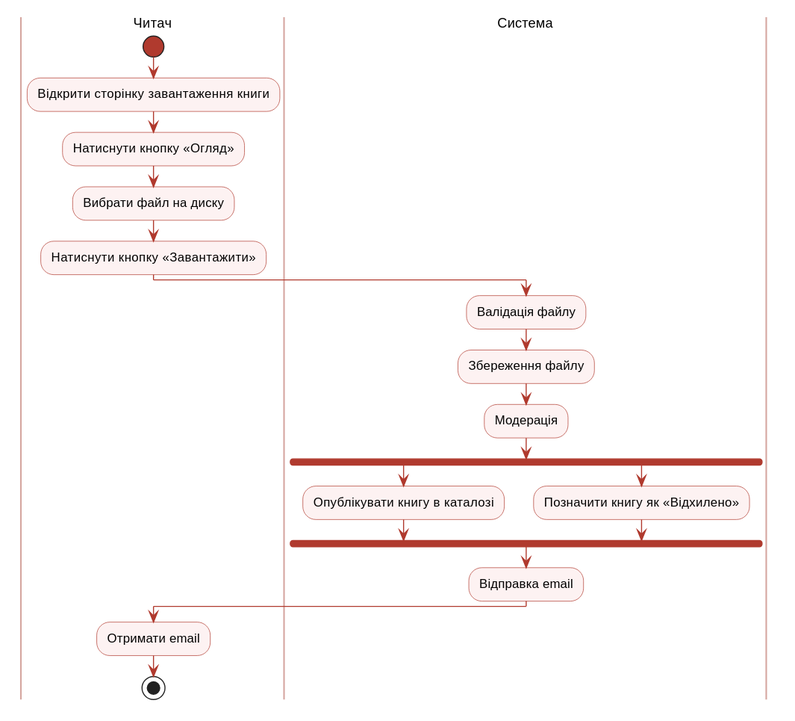
Above: lab04_activity/activity_ai_draft.svg in vt232kod-debug/software-modeling (PlantUML), before the change.
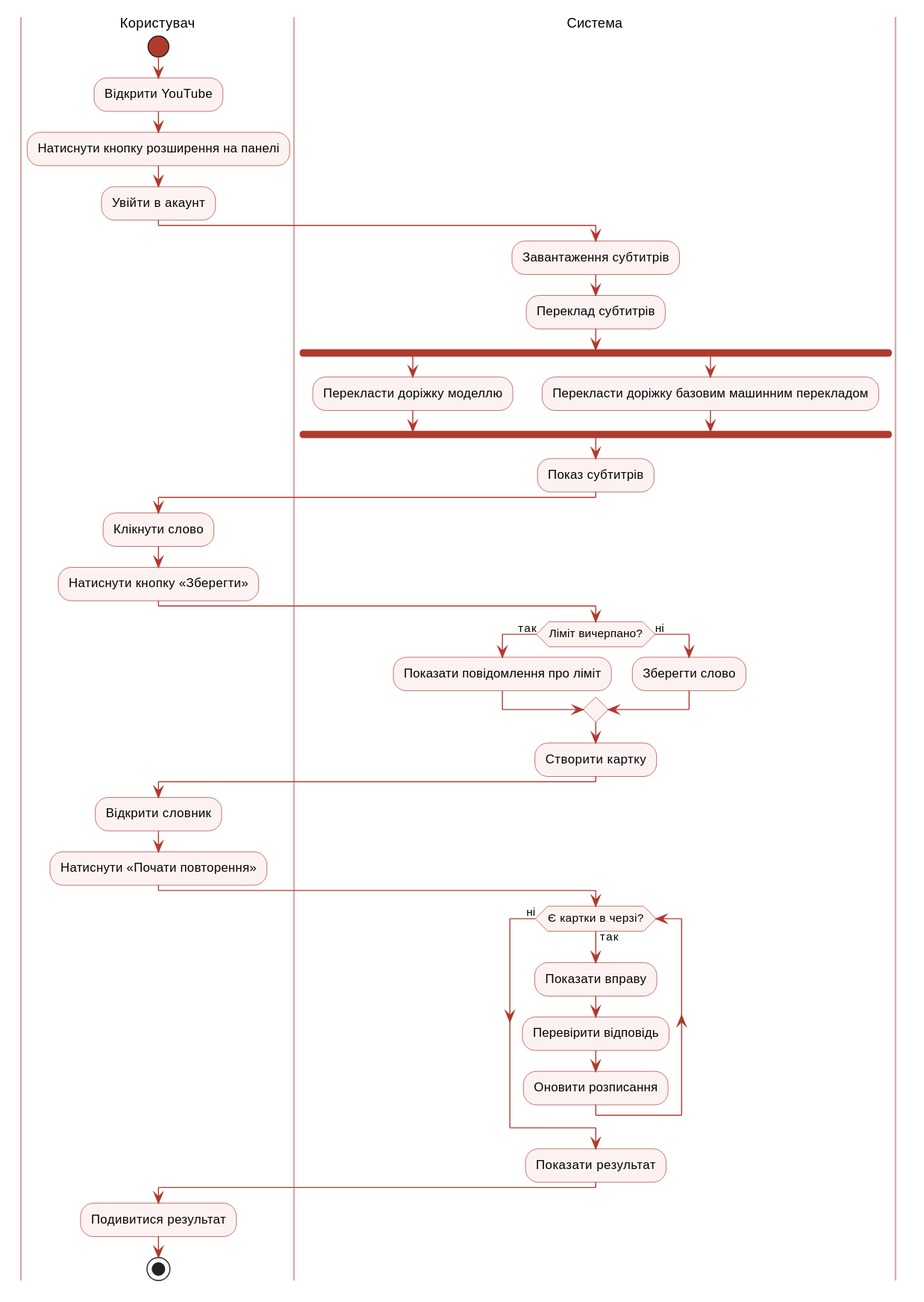
After the change.

Change to the diagram source:
```diff
@@ -18,25 +18,47 @@
   TitleFontSize 13
 }
 
-|Читач|
+|Користувач|
 start
-:Відкрити сторінку завантаження книги;
-:Натиснути кнопку «Огляд»;
-:Вибрати файл на диску;
-:Натиснути кнопку «Завантажити»;
+:Відкрити YouTube;
+:Натиснути кнопку розширення на панелі;
+:Увійти в акаунт;
 
 |Система|
-:Валідація файлу;
-:Збереження файлу;
-:Модерація;
+:Завантаження субтитрів;
+:Переклад субтитрів;
 fork
-  :Опублікувати книгу в каталозі;
+  :Перекласти доріжку моделлю;
 fork again
-  :Позначити книгу як «Відхилено»;
+  :Перекласти доріжку базовим машинним перекладом;
 end fork
-:Відправка email;
+:Показ субтитрів;
 
-|Читач|
-:Отримати email;
+|Користувач|
+:Клікнути слово;
+:Натиснути кнопку «Зберегти»;
+
+|Система|
+if (Ліміт вичерпано?) then (так)
+  :Показати повідомлення про ліміт;
+else (ні)
+  :Зберегти слово;
+endif
+:Створити картку;
+
+|Користувач|
+:Відкрити словник;
+:Натиснути «Почати повторення»;
+
+|Система|
+while (Є картки в черзі?) is (так)
+  :Показати вправу;
+  :Перевірити відповідь;
+  :Оновити розписання;
+endwhile (ні)
+:Показати результат;
+
+|Користувач|
+:Подивитися результат;
 stop
 @enduml
```
